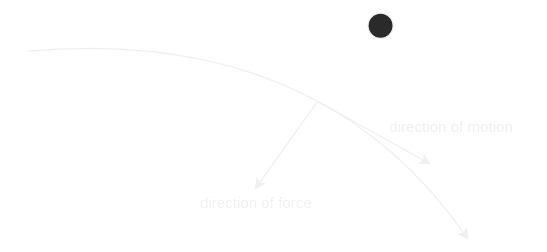
Above: Untitled Diagram.svg in Irenezs/Notes (draw.io), before the change. Source tidied: cells renumbered, new cells last; positions are measured from the earlier drawing's top-left corner, leaving out a move shared by most shapes.
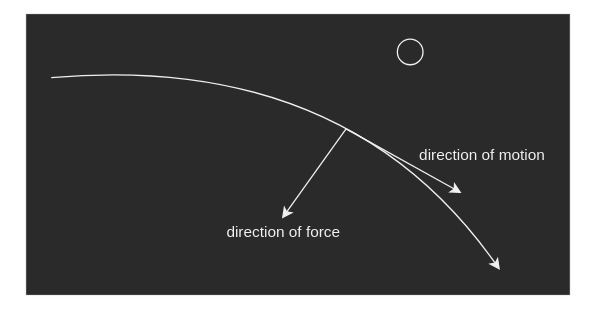
The same diagram one commit later.

Change to the diagram source:
```diff
@@ -2,6 +2,9 @@
   <root>
     <mxCell id="0" />
     <mxCell id="1" parent="0" />
+    <mxCell id="8" style="rounded=0;whiteSpace=wrap;html=1;" parent="1" vertex="1">
+      <mxGeometry x="-20" y="-20" width="425" height="220" as="geometry" />
+    </mxCell>
     <mxCell id="2" style="curved=1;endArrow=classic;html=1;" parent="1" edge="1">
       <mxGeometry relative="1" as="geometry">
         <mxPoint y="30" as="sourcePoint" />
```
